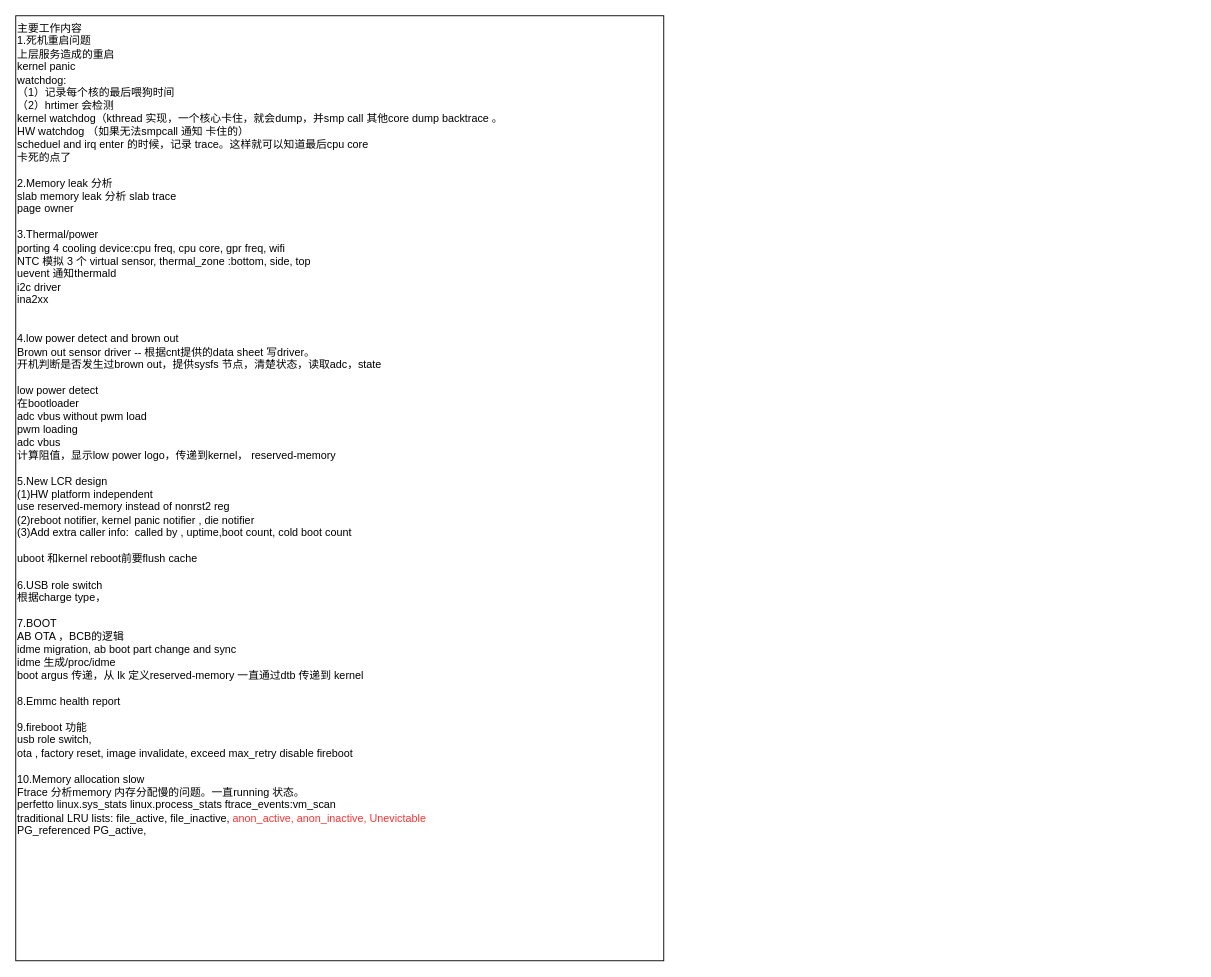
The draw.io diagram 工作经历.drawio in skyliangbogit/test, before the edit. Source tidied: cells renumbered, new cells numbered last; positions are measured from the earlier drawing's top-left corner, leaving out a move shared by most shapes. Both pictures are drawn from the tidied source at 90%, with x=0, y=0 at pixel (15, 15).
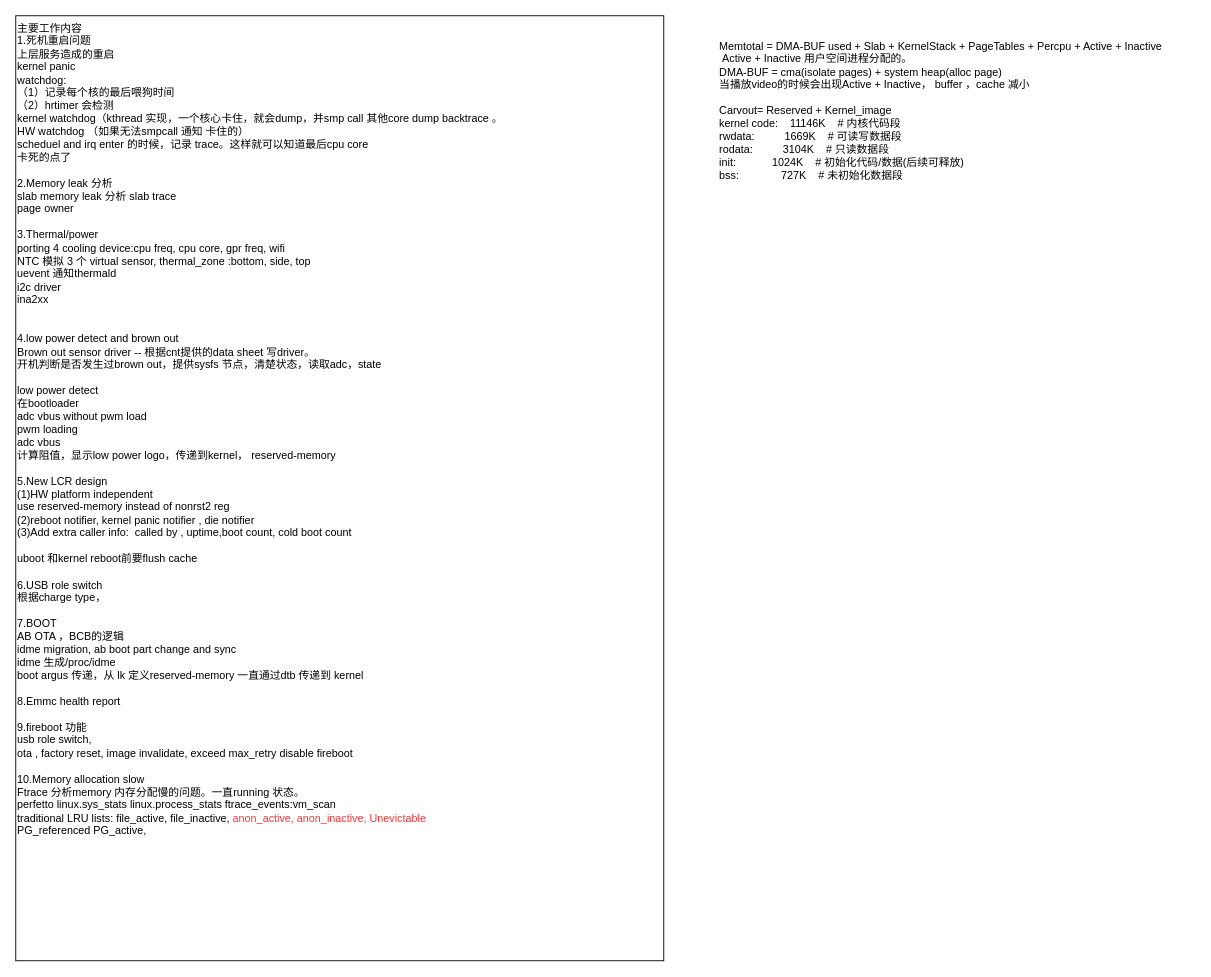
Above is the later version.

Commit message:
更新工作经历.drawio

Diff of the diagram source:
```diff
@@
 <mxGraphModel>
   <root>
     <mxCell id="0" />
     <mxCell id="1" parent="0" />
     <mxCell id="2" value="主要工作内容&lt;div&gt;1.死机重启问题&lt;/div&gt;&lt;div&gt;上层服务造成的重启&lt;/div&gt;&lt;div&gt;kernel panic&lt;/div&gt;&lt;div&gt;watchdog:&amp;nbsp;&lt;/div&gt;&lt;div&gt;（1）记录每个核的最后喂狗时间&lt;/div&gt;&lt;div&gt;（2）hrtimer 会检测&lt;/div&gt;&lt;div&gt;kernel watchdog（kthread 实现，一个核心卡住，就会dump，并smp call 其他core dump backtrace&amp;nbsp;&lt;span style=&quot;background-color: transparent; color: light-dark(rgb(0, 0, 0), rgb(255, 255, 255));&quot;&gt;。&lt;/span&gt;&lt;/div&gt;&lt;div&gt;&lt;div&gt;HW watchdog （如果无法smpcall 通知 卡住的）&lt;/div&gt;&lt;div&gt;scheduel and irq enter 的时候，记录 trace。&lt;span style=&quot;background-color: transparent; color: light-dark(rgb(0, 0, 0), rgb(255, 255, 255));&quot;&gt;这样就可以知道最后cpu core&lt;/span&gt;&lt;/div&gt;&lt;div&gt;卡死的点了&lt;/div&gt;&lt;/div&gt;&lt;div&gt;&lt;br&gt;&lt;/div&gt;&lt;div&gt;2.Memory leak 分析&lt;/div&gt;&lt;div&gt;slab memory leak 分析 slab trace&lt;/div&gt;&lt;div&gt;page owner&lt;/div&gt;&lt;div&gt;&lt;br&gt;&lt;/div&gt;&lt;div&gt;3.Thermal/power&lt;/div&gt;&lt;div&gt;porting 4 cooling device:cpu freq, cpu core, gpr freq, wifi&lt;/div&gt;&lt;div&gt;NTC 模拟 3 个 virtual sensor, thermal_zone :bottom, side, top&lt;/div&gt;&lt;div&gt;uevent 通知thermald&lt;/div&gt;&lt;div&gt;i2c driver&lt;/div&gt;&lt;div&gt;ina2xx&amp;nbsp;&lt;/div&gt;&lt;div&gt;&lt;br&gt;&lt;/div&gt;&lt;div&gt;&lt;br&gt;&lt;/div&gt;&lt;div&gt;4.low power detect and brown out&lt;/div&gt;&lt;div&gt;Brown out sensor driver -- 根据cnt提供的data sheet 写driver。&lt;/div&gt;&lt;div&gt;开机判断是否发生过brown out，提供sysfs 节点，清楚状态，读取adc，state&lt;/div&gt;&lt;div&gt;&lt;br&gt;&lt;/div&gt;&lt;div&gt;low power detect&lt;/div&gt;&lt;div&gt;在bootloader&lt;/div&gt;&lt;div&gt;adc vbus without pwm load&lt;/div&gt;&lt;div&gt;pwm loading&lt;/div&gt;&lt;div&gt;adc vbus&lt;/div&gt;&lt;div&gt;计算阻值，显示low power logo，传递到kernel， reserved-memory&lt;/div&gt;&lt;div&gt;&lt;br&gt;&lt;/div&gt;&lt;div&gt;5.New LCR design&lt;/div&gt;&lt;div&gt;(1)HW platform independent&lt;/div&gt;&lt;div&gt;use reserved-memory instead of nonrst2 reg&lt;/div&gt;&lt;div&gt;(2)reboot notifier, kernel panic notifier , die notifier&lt;/div&gt;&lt;div&gt;(3)Add extra caller info:&amp;nbsp; called by , uptime,boot count, cold boot count&lt;/div&gt;&lt;div&gt;&lt;br&gt;&lt;/div&gt;&lt;div&gt;uboot 和kernel reboot前要flush cache&lt;/div&gt;&lt;div&gt;&lt;br&gt;&lt;/div&gt;&lt;div&gt;6.USB role switch&lt;/div&gt;&lt;div&gt;根据charge type，&lt;/div&gt;&lt;div&gt;&lt;br&gt;&lt;/div&gt;&lt;div&gt;7.BOOT&lt;/div&gt;&lt;div&gt;AB OTA ，BCB的逻辑&lt;/div&gt;&lt;div&gt;idme migration, ab boot part change and sync&lt;/div&gt;&lt;div&gt;idme 生成/proc/idme&lt;/div&gt;&lt;div&gt;boot argus 传递，从 lk 定义reserved-memory 一直通过dtb 传递到 kernel&lt;/div&gt;&lt;div&gt;&lt;br&gt;&lt;/div&gt;&lt;div&gt;8.Emmc health report&lt;/div&gt;&lt;div&gt;&lt;br&gt;&lt;/div&gt;&lt;div&gt;9.fireboot 功能&lt;/div&gt;&lt;div&gt;usb role switch,&lt;/div&gt;&lt;div&gt;ota , factory reset, image invalidate, exceed max_retry disable fireboot&lt;/div&gt;&lt;div&gt;&lt;br&gt;&lt;/div&gt;&lt;div&gt;10.Memory allocation slow&lt;/div&gt;&lt;div&gt;Ftrace 分析memory&amp;nbsp;&lt;span style=&quot;background-color: transparent; color: light-dark(rgb(0, 0, 0), rgb(255, 255, 255));&quot;&gt;内存&lt;/span&gt;&lt;span style=&quot;background-color: transparent; color: light-dark(rgb(0, 0, 0), rgb(255, 255, 255));&quot;&gt;分配慢的问题。一直running 状态。&lt;/span&gt;&lt;/div&gt;&lt;div&gt;&lt;span style=&quot;background-color: transparent; color: light-dark(rgb(0, 0, 0), rgb(255, 255, 255));&quot;&gt;perfetto linux.sys_stats linux.process_stats ftrace_events:vm_scan&lt;/span&gt;&lt;/div&gt;&lt;div&gt;traditional LRU lists: file_active, file_inactive,&lt;font style=&quot;color: rgb(255, 51, 51);&quot;&gt; anon_active, anon_inactive, Unevictable&lt;/font&gt;&lt;/div&gt;&lt;div&gt;PG_referenced PG_active,&lt;/div&gt;&lt;div&gt;&lt;br&gt;&lt;/div&gt;" style="whiteSpace=wrap;html=1;align=left;verticalAlign=top;" parent="1" vertex="1">
       <mxGeometry width="720" height="1050" as="geometry" />
     </mxCell>
+    <mxCell id="3" value="Memtotal = DMA-BUF used + Slab + KernelStack + PageTables + Percpu + Active + Inactive&#10; Active + Inactive 用户空间进程分配的。&#10;DMA-BUF = cma(isolate pages) + system heap(alloc page)&#10;当播放video的时候会出现Active + Inactive， buffer ，cache 减小&#10;&#10;Carvout= Reserved + Kernel_image&#10;kernel code:    11146K    # 内核代码段&#10;rwdata:          1669K    # 可读写数据段&#10;rodata:          3104K    # 只读数据段&#10;init:            1024K    # 初始化代码/数据(后续可释放)&#10;bss:              727K    # 未初始化数据段" style="text;whiteSpace=wrap;" parent="1" vertex="1">
+      <mxGeometry x="780" y="20" width="530" height="120" as="geometry" />
+    </mxCell>
   </root>
 </mxGraphModel>
```
